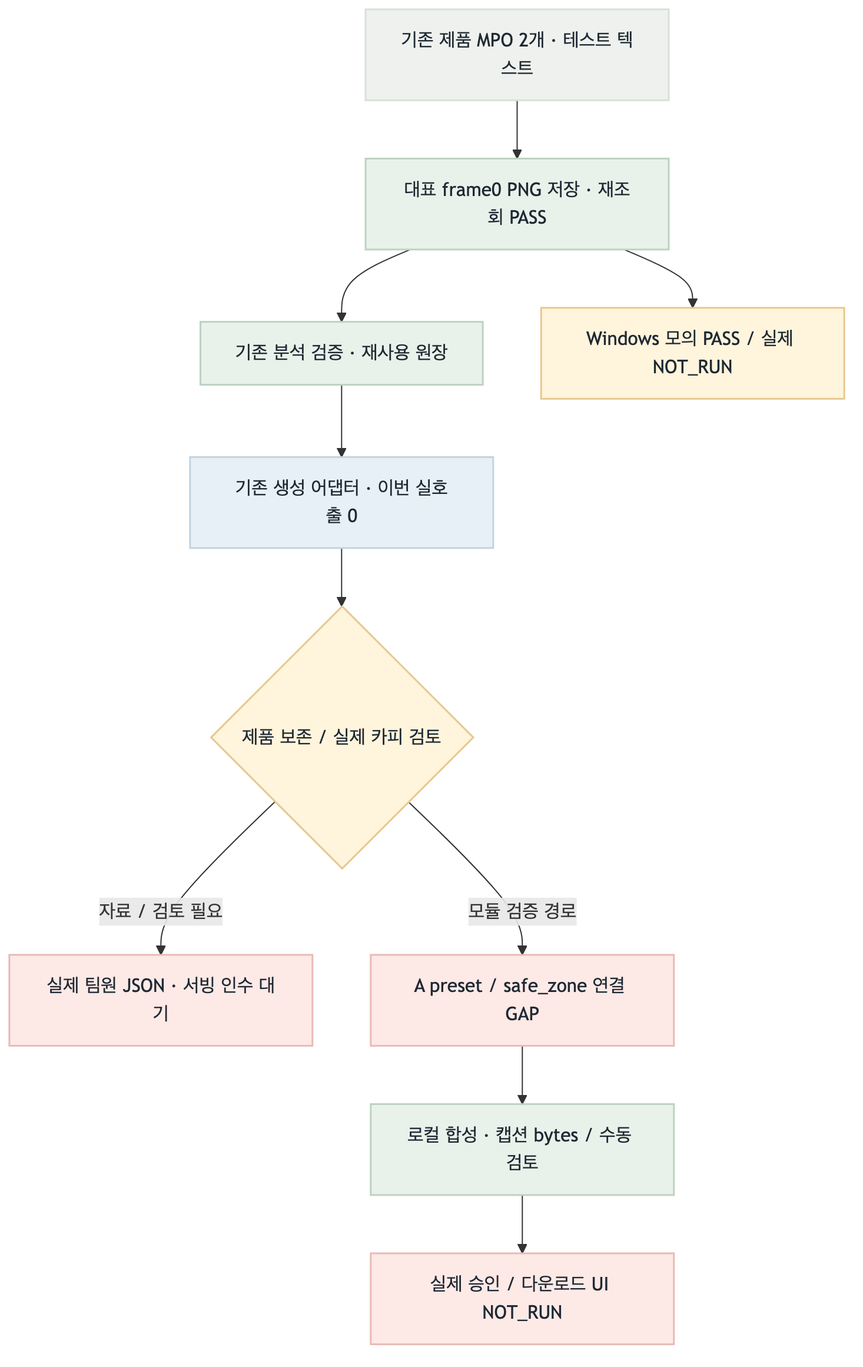
This is fivecircles/architecture/spec/image-mvp-relay-flow-20261030-current-flow.png from uyt5041-lab/beauty-ai-models, a Mermaid export, as it was before one commit. Its source is kept beside it as fivecircles/architecture/spec/image-mvp-relay-flow-20261030-current-flow.mmd.
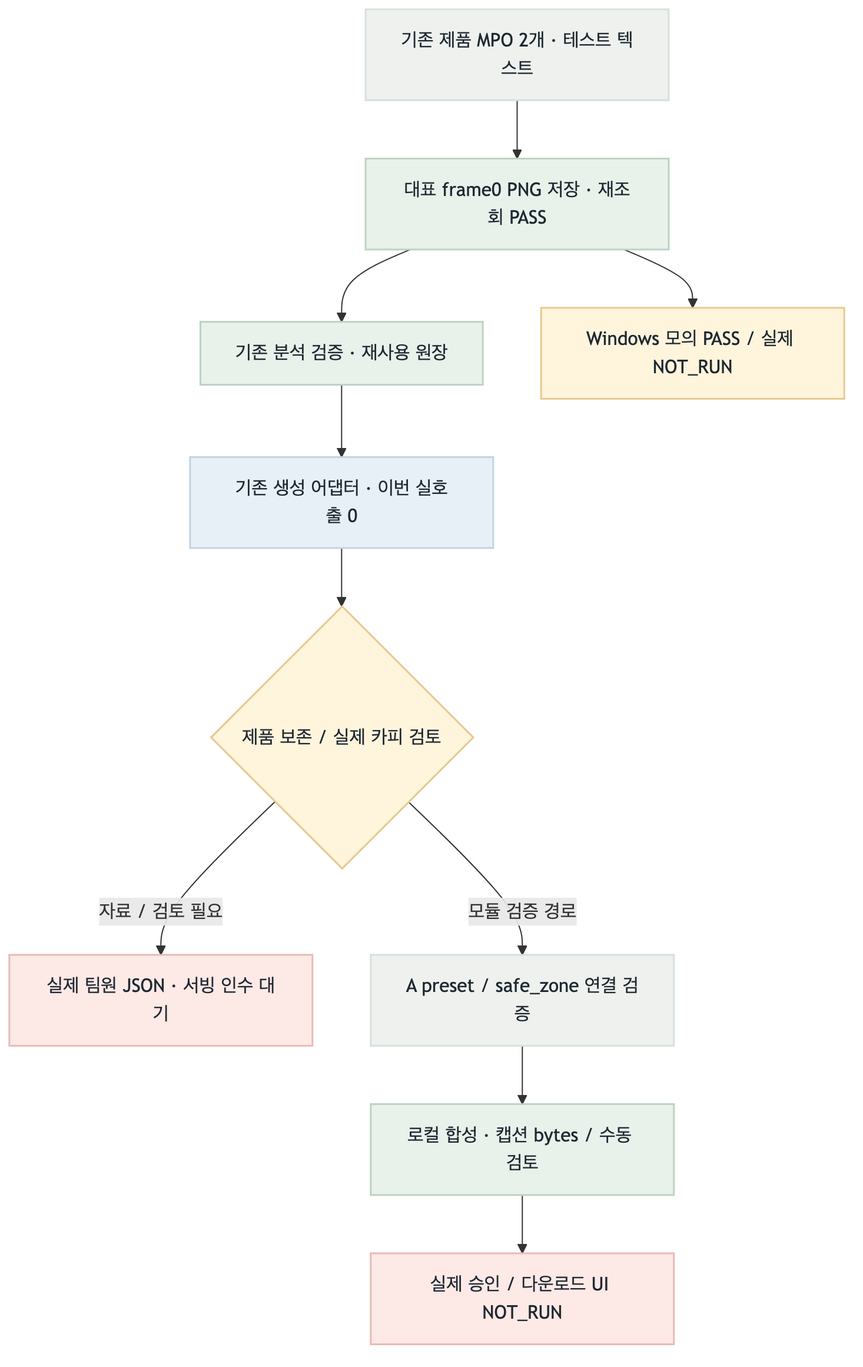
The same file after the commit.

Change to the diagram source:
```diff
@@ -4,7 +4,7 @@
  V --> G["기존 생성 어댑터 · 이번 실호출 0"]:::blue
  G --> R{"제품 보존 / 실제 카피 검토"}:::amber
  R -->|"자료 / 검토 필요"| X["실제 팀원 JSON · 서빙 인수 대기"]:::red
- R -->|"모듈 검증 경로"| A["A preset / safe_zone 연결 GAP"]:::red
+ R -->|"모듈 검증 경로"| A["A preset / safe_zone 연결 검증"]:::gray
  A --> C["로컬 합성 · 캡션 bytes / 수동 검토"]:::green
  C --> D["실제 승인 / 다운로드 UI NOT_RUN"]:::red
  N --> W["Windows 모의 PASS / 실제 NOT_RUN"]:::amber
```
